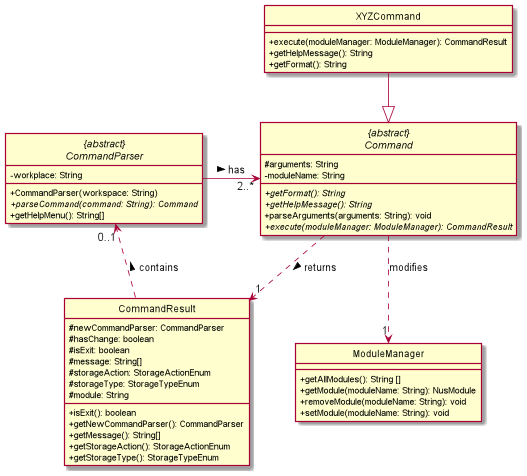
nus-cs2113-AY2122S1/tp keeps this PlantUML diagram as docs/attachments/CommandClassDiagram.png. Above is the earlier version.
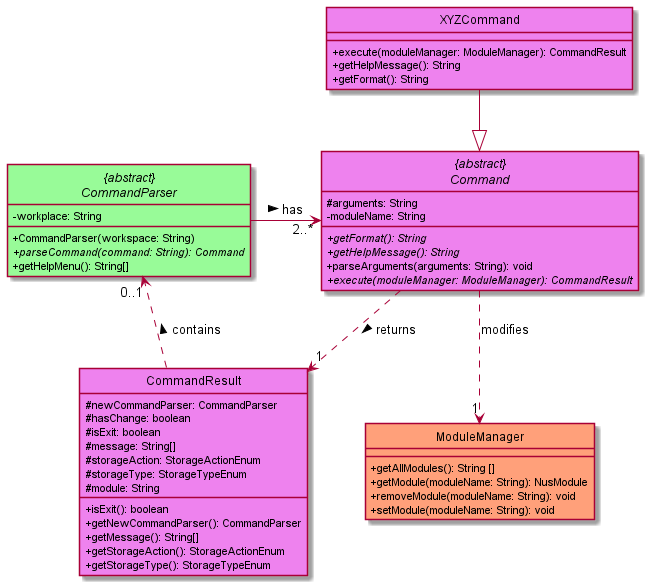
After the change.

What changed in the source:
```diff
@@ -1,15 +1,11 @@
 @startuml
+!include ClassStyle.puml
+!includesub Module.puml!MODULEMANAGER
+!includesub ParserClassDiagram.puml!COMMANDPARSER
 
-skinparam classAttributeIconSize 0
-hide circle
 
-"{abstract}\nCommand" ..> "1" CommandResult: returns >
-"{abstract}\nCommand" ..> "1" ModuleManager: modifies
-CommandResult ..> "0..1" "{abstract}\nCommandParser": contains >
-"{abstract}\nCommandParser" -> "2..*" "{abstract}\nCommand": has >
-XYZCommand --|> "{abstract}\nCommand"
 !startsub COMMAND
-abstract class "{abstract}\nCommand"  {
+abstract class "{abstract}\nCommand" as Command COMMAND_COLOR {
   # arguments: String
   - moduleName: String
   + {abstract} getFormat(): String
@@ -19,14 +15,13 @@
 
 }
 !endsub
-
-class XYZCommand {
+class XYZCommand COMMAND_COLOR {
   + execute(moduleManager: ModuleManager): CommandResult
   + getHelpMessage(): String
   + getFormat(): String
 }
 
-class CommandResult {
+class CommandResult COMMAND_COLOR {
 
   # newCommandParser: CommandParser
   # hasChange: boolean
@@ -42,6 +37,10 @@
   + getStorageType(): StorageTypeEnum
 }
 
-!includesub Module.puml!MODULEMANAGER
-!includesub ParserClassDiagram.puml!COMMANDPARSER
+Command ..> "1" CommandResult: returns >
+Command ..> "1" ModuleManager: modifies
+CommandResult ..> "0..1" CommandParser: contains >
+CommandParser -> "2..*" Command: has >
+XYZCommand --|> Command
+
 @enduml
```
